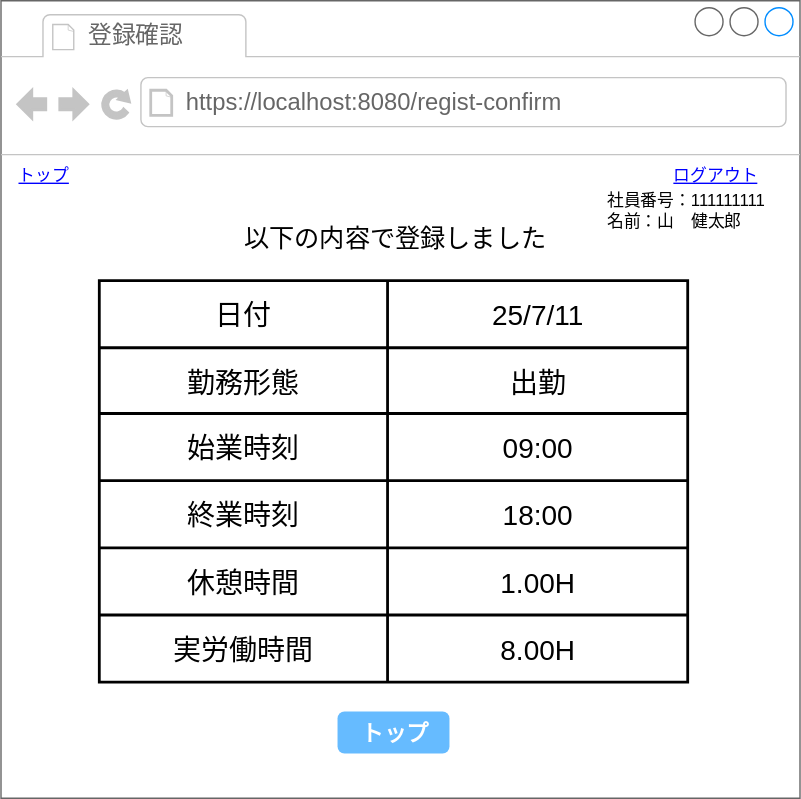
The draw.io diagram 02_基本設計/画面設計図/12_registconfirm.drawio.svg in ICT-Training-2026/team-project-15, before a commit. Source tidied: cells renumbered, new cells last; positions are measured from the earlier drawing's top-left corner, leaving out a move shared by most shapes. The source it was exported from:
```xml
<mxGraphModel>
  <root>
    <mxCell id="0" />
    <mxCell id="1" parent="0" />
    <mxCell id="2" style="strokeWidth=1;shadow=0;dashed=0;align=center;html=1;shape=mxgraph.mockup.containers.browserWindow;rSize=0;strokeColor=#666666;strokeColor2=#008cff;strokeColor3=#c4c4c4;mainText=,;" parent="1" vertex="1">
      <mxGeometry width="571" height="570" as="geometry" />
    </mxCell>
    <mxCell id="3" value="登録確認" style="strokeWidth=1;shadow=0;dashed=0;align=center;html=1;shape=mxgraph.mockup.containers.anchor;fontSize=17;fontColor=#666666;align=left;whiteSpace=wrap;" parent="2" vertex="1">
      <mxGeometry x="60" y="12" width="110" height="26" as="geometry" />
    </mxCell>
    <mxCell id="4" value="https://localhost:8080/regist-confirm" style="strokeWidth=1;shadow=0;dashed=0;align=center;html=1;shape=mxgraph.mockup.containers.anchor;rSize=0;fontSize=17;fontColor=#666666;align=left;" parent="2" vertex="1">
      <mxGeometry x="130" y="60" width="250" height="26" as="geometry" />
    </mxCell>
    <mxCell id="5" value="&lt;span style=&quot;font-size: 18px;&quot;&gt;以下の内容で登録しました&lt;/span&gt;" style="text;html=1;align=center;verticalAlign=middle;strokeColor=none;fillColor=none;" parent="2" vertex="1">
      <mxGeometry x="160.5" y="150" width="240" height="40" as="geometry" />
    </mxCell>
    <mxCell id="6" value="&lt;font style=&quot;color: rgb(0, 0, 255);&quot;&gt;&lt;u&gt;ログアウト&lt;/u&gt;&lt;/font&gt;" style="text;html=1;align=center;verticalAlign=middle;strokeColor=none;fillColor=none;" parent="2" vertex="1">
      <mxGeometry x="470" y="110" width="80" height="30" as="geometry" />
    </mxCell>
    <mxCell id="7" value="&lt;font style=&quot;color: rgb(0, 0, 255);&quot;&gt;&lt;u&gt;トップ&lt;/u&gt;&lt;/font&gt;" style="text;html=1;align=center;verticalAlign=middle;strokeColor=none;fillColor=none;" parent="2" vertex="1">
      <mxGeometry y="110" width="60" height="30" as="geometry" />
    </mxCell>
    <mxCell id="8" value="社員番号：111111111&lt;div&gt;名前：山　健太郎&lt;/div&gt;" style="text;html=1;align=left;verticalAlign=middle;strokeColor=none;fillColor=none;" parent="2" vertex="1">
      <mxGeometry x="431" y="130" width="140" height="40" as="geometry" />
    </mxCell>
    <mxCell id="9" style="shape=table;html=1;whiteSpace=wrap;startSize=0;strokeWidth=2;" parent="2" vertex="1">
      <mxGeometry x="70.2" y="200" width="420.5" height="287" as="geometry" />
    </mxCell>
    <mxCell id="10" style="shape=tableRow;horizontal=0;startSize=0;swimlaneHead=0;swimlaneBody=0;top=0;left=0;bottom=0;right=0;fillColor=none;" parent="9" vertex="1">
      <mxGeometry width="420.5" height="48" as="geometry" />
    </mxCell>
    <mxCell id="11" value="&lt;span style=&quot;font-weight: normal;&quot;&gt;&lt;font style=&quot;font-size: 20px;&quot;&gt;日付&lt;/font&gt;&lt;/span&gt;" style="shape=partialRectangle;html=1;whiteSpace=wrap;fillColor=none;top=0;left=0;bottom=0;right=0;overflow=hidden;fontStyle=1;" parent="10" vertex="1">
      <mxGeometry width="206" height="48" as="geometry" />
    </mxCell>
    <mxCell id="12" value="&lt;span style=&quot;font-weight: normal;&quot;&gt;&lt;font style=&quot;font-size: 20px;&quot;&gt;25/7/11&lt;/font&gt;&lt;/span&gt;" style="shape=partialRectangle;html=1;whiteSpace=wrap;fillColor=none;top=0;left=0;bottom=0;right=0;overflow=hidden;fontStyle=1;" parent="10" vertex="1">
      <mxGeometry x="206" width="215" height="48" as="geometry" />
    </mxCell>
    <mxCell id="13" style="shape=tableRow;horizontal=0;startSize=0;swimlaneHead=0;swimlaneBody=0;top=0;left=0;bottom=0;right=0;fillColor=none;" parent="9" vertex="1">
      <mxGeometry y="48" width="420.5" height="47" as="geometry" />
    </mxCell>
    <mxCell id="14" value="&lt;font style=&quot;font-size: 20px;&quot;&gt;勤務形態&lt;/font&gt;" style="shape=partialRectangle;html=1;whiteSpace=wrap;fillColor=none;top=0;left=0;bottom=0;right=0;overflow=hidden;" parent="13" vertex="1">
      <mxGeometry width="206" height="47" as="geometry" />
    </mxCell>
    <mxCell id="15" value="&lt;font style=&quot;font-size: 20px;&quot;&gt;出勤&lt;/font&gt;" style="shape=partialRectangle;html=1;whiteSpace=wrap;fillColor=none;top=0;left=0;bottom=0;right=0;overflow=hidden;" parent="13" vertex="1">
      <mxGeometry x="206" width="215" height="47" as="geometry" />
    </mxCell>
    <mxCell id="16" style="shape=tableRow;horizontal=0;startSize=0;swimlaneHead=0;swimlaneBody=0;top=0;left=0;bottom=0;right=0;fillColor=none;" parent="9" vertex="1">
      <mxGeometry y="95" width="420.5" height="48" as="geometry" />
    </mxCell>
    <mxCell id="17" value="&lt;font style=&quot;font-size: 20px;&quot;&gt;始業時刻&lt;/font&gt;" style="shape=partialRectangle;html=1;whiteSpace=wrap;fillColor=none;top=0;left=0;bottom=0;right=0;overflow=hidden;" parent="16" vertex="1">
      <mxGeometry width="206" height="48" as="geometry" />
    </mxCell>
    <mxCell id="18" value="&lt;font style=&quot;font-size: 20px;&quot;&gt;09:00&lt;/font&gt;" style="shape=partialRectangle;html=1;whiteSpace=wrap;fillColor=none;top=0;left=0;bottom=0;right=0;overflow=hidden;" parent="16" vertex="1">
      <mxGeometry x="206" width="215" height="48" as="geometry" />
    </mxCell>
    <mxCell id="19" style="shape=tableRow;horizontal=0;startSize=0;swimlaneHead=0;swimlaneBody=0;top=0;left=0;bottom=0;right=0;fillColor=none;" parent="9" vertex="1">
      <mxGeometry y="143" width="420.5" height="48" as="geometry" />
    </mxCell>
    <mxCell id="20" value="&lt;font style=&quot;font-size: 20px;&quot;&gt;終業時刻&lt;/font&gt;" style="shape=partialRectangle;html=1;whiteSpace=wrap;fillColor=none;top=0;left=0;bottom=0;right=0;overflow=hidden;" parent="19" vertex="1">
      <mxGeometry width="206" height="48" as="geometry" />
    </mxCell>
    <mxCell id="21" value="&lt;font style=&quot;font-size: 20px;&quot;&gt;18:00&lt;/font&gt;" style="shape=partialRectangle;html=1;whiteSpace=wrap;fillColor=none;top=0;left=0;bottom=0;right=0;overflow=hidden;" parent="19" vertex="1">
      <mxGeometry x="206" width="215" height="48" as="geometry" />
    </mxCell>
    <mxCell id="22" style="shape=tableRow;horizontal=0;startSize=0;swimlaneHead=0;swimlaneBody=0;top=0;left=0;bottom=0;right=0;fillColor=none;" parent="9" vertex="1">
      <mxGeometry y="191" width="420.5" height="48" as="geometry" />
    </mxCell>
    <mxCell id="23" value="&lt;font style=&quot;font-size: 20px;&quot;&gt;休憩時間&lt;/font&gt;" style="shape=partialRectangle;html=1;whiteSpace=wrap;fillColor=none;top=0;left=0;bottom=0;right=0;overflow=hidden;" parent="22" vertex="1">
      <mxGeometry width="206" height="48" as="geometry" />
    </mxCell>
    <mxCell id="24" value="&lt;font style=&quot;font-size: 20px;&quot;&gt;1.00H&lt;/font&gt;" style="shape=partialRectangle;html=1;whiteSpace=wrap;fillColor=none;top=0;left=0;bottom=0;right=0;overflow=hidden;" parent="22" vertex="1">
      <mxGeometry x="206" width="215" height="48" as="geometry" />
    </mxCell>
    <mxCell id="25" style="shape=tableRow;horizontal=0;startSize=0;swimlaneHead=0;swimlaneBody=0;top=0;left=0;bottom=0;right=0;fillColor=none;" parent="9" vertex="1">
      <mxGeometry y="239" width="420.5" height="48" as="geometry" />
    </mxCell>
    <mxCell id="26" value="&lt;font style=&quot;font-size: 20px;&quot;&gt;実労働時間&lt;/font&gt;" style="shape=partialRectangle;html=1;whiteSpace=wrap;fillColor=none;top=0;left=0;bottom=0;right=0;overflow=hidden;" parent="25" vertex="1">
      <mxGeometry width="206" height="48" as="geometry" />
    </mxCell>
    <mxCell id="27" value="&lt;font style=&quot;font-size: 20px;&quot;&gt;8.00H&lt;/font&gt;" style="shape=partialRectangle;html=1;whiteSpace=wrap;fillColor=none;top=0;left=0;bottom=0;right=0;overflow=hidden;" parent="25" vertex="1">
      <mxGeometry x="206" width="215" height="48" as="geometry" />
    </mxCell>
    <mxCell id="28" value="トップ" style="strokeWidth=1;shadow=0;dashed=0;align=center;html=1;shape=mxgraph.mockup.forms.rrect;rSize=5;strokeColor=none;fontColor=#ffffff;fillColor=#66bbff;fontSize=16;fontStyle=1;" parent="2" vertex="1">
      <mxGeometry x="240.5" y="508" width="80" height="30" as="geometry" />
    </mxCell>
  </root>
</mxGraphModel>
```
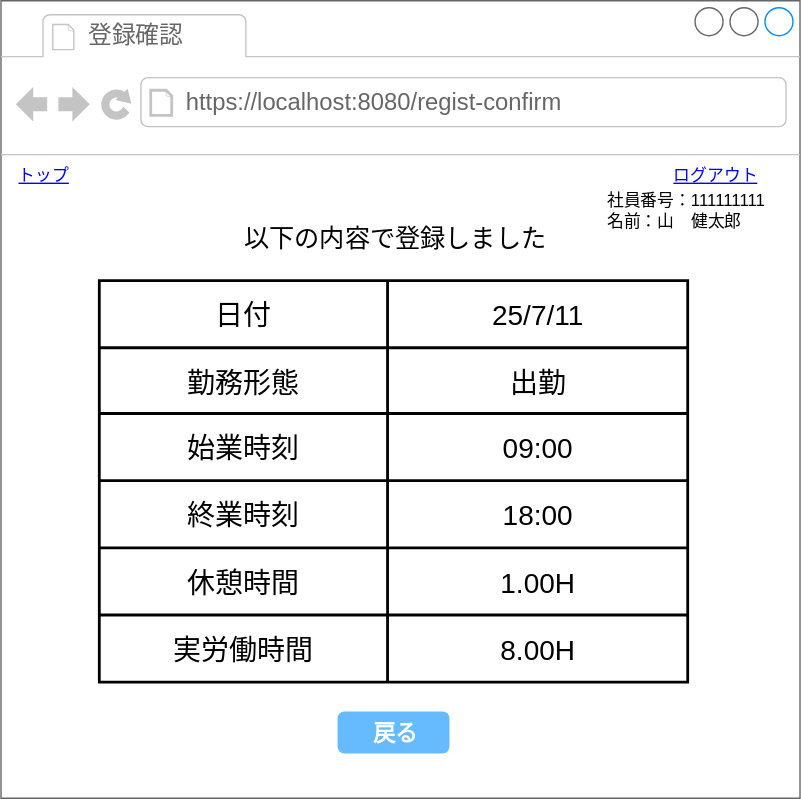
The same file after the commit.

Diff of the diagram source:
```diff
@@ -80,7 +80,7 @@
     <mxCell id="27" value="&lt;font style=&quot;font-size: 20px;&quot;&gt;8.00H&lt;/font&gt;" style="shape=partialRectangle;html=1;whiteSpace=wrap;fillColor=none;top=0;left=0;bottom=0;right=0;overflow=hidden;" parent="25" vertex="1">
       <mxGeometry x="206" width="215" height="48" as="geometry" />
     </mxCell>
-    <mxCell id="28" value="トップ" style="strokeWidth=1;shadow=0;dashed=0;align=center;html=1;shape=mxgraph.mockup.forms.rrect;rSize=5;strokeColor=none;fontColor=#ffffff;fillColor=#66bbff;fontSize=16;fontStyle=1;" parent="2" vertex="1">
+    <mxCell id="28" value="戻る" style="strokeWidth=1;shadow=0;dashed=0;align=center;html=1;shape=mxgraph.mockup.forms.rrect;rSize=5;strokeColor=none;fontColor=#ffffff;fillColor=#66bbff;fontSize=16;fontStyle=1;" parent="2" vertex="1">
       <mxGeometry x="240.5" y="508" width="80" height="30" as="geometry" />
     </mxCell>
   </root>
```
